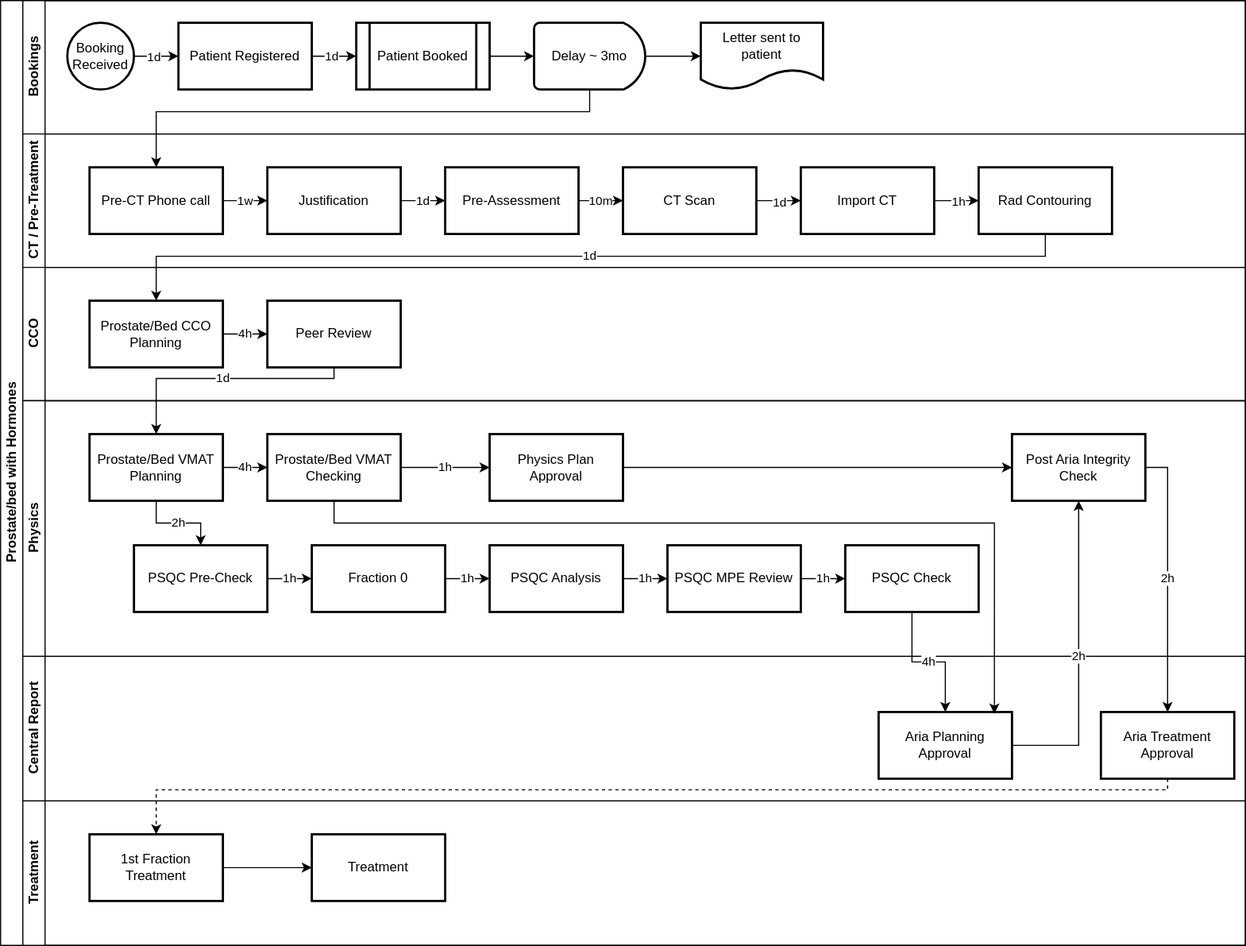
The draw.io diagram Assets/ProstateOnly_Hormone.svg in MCollins87/CarePathReview, before a commit. Source tidied: cells renumbered, new cells last; positions are measured from the earlier drawing's top-left corner, leaving out a move shared by most shapes.
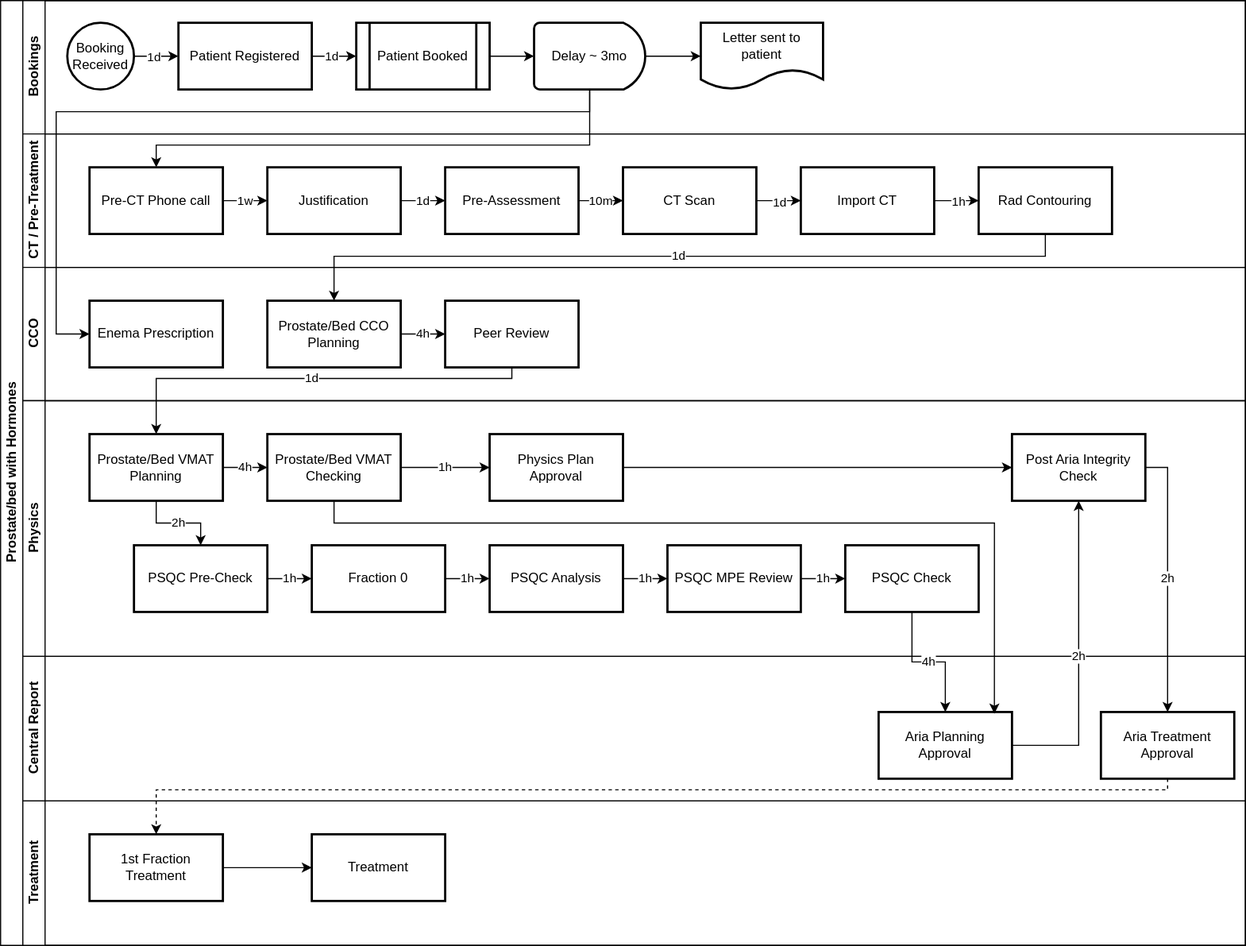
After the commit.

The edit, as a diff of the source:
```diff
@@ -90,11 +90,14 @@
       <mxGeometry relative="1" as="geometry" />
     </mxCell>
     <mxCell id="31" value="Prostate/Bed CCO Planning" style="whiteSpace=wrap;html=1;strokeWidth=2;" parent="29" vertex="1">
-      <mxGeometry x="60" y="30" width="120" height="60" as="geometry" />
+      <mxGeometry x="220" y="30" width="120" height="60" as="geometry" />
     </mxCell>
     <mxCell id="32" value="Peer Review" style="whiteSpace=wrap;html=1;strokeWidth=2;" parent="29" vertex="1">
-      <mxGeometry x="220" y="30" width="120" height="60" as="geometry" />
+      <mxGeometry x="380" y="30" width="120" height="60" as="geometry" />
     </mxCell>
+    <mxCell id="66" value="Enema Prescription" style="whiteSpace=wrap;html=1;strokeWidth=2;" parent="29" vertex="1">
+      <mxGeometry x="60" y="30" width="120" height="60" as="geometry" />
+    </mxCell>
     <mxCell id="33" value="Physics" style="swimlane;html=1;startSize=20;horizontal=0;" parent="2" vertex="1">
       <mxGeometry x="20" y="360" width="1100" height="230" as="geometry" />
     </mxCell>
@@ -173,24 +176,24 @@
     <mxCell id="58" style="edgeStyle=orthogonalEdgeStyle;rounded=0;jettySize=auto;html=1;" parent="2" edge="1" source="12" target="17">
       <mxGeometry relative="1" as="geometry">
         <Array as="points">
-          <mxPoint x="530" y="100" />
-          <mxPoint x="140" y="100" />
+          <mxPoint x="530" y="130" />
+          <mxPoint x="140" y="130" />
         </Array>
       </mxGeometry>
     </mxCell>
-    <mxCell id="59" value="1d" style="edgeStyle=orthogonalEdgeStyle;rounded=0;jettySize=auto;html=1;" parent="2" edge="1" source="26" target="31">
+    <mxCell id="59" value="1d" style="edgeStyle=orthogonalEdgeStyle;rounded=0;jettySize=auto;html=1;entryX=0.5;entryY=0;entryDx=0;entryDy=0;" parent="2" edge="1" source="26" target="31">
       <mxGeometry relative="1" as="geometry">
         <Array as="points">
           <mxPoint x="940" y="230" />
-          <mxPoint x="140" y="230" />
+          <mxPoint x="300" y="230" />
         </Array>
       </mxGeometry>
     </mxCell>
-    <mxCell id="60" value="1d" style="edgeStyle=orthogonalEdgeStyle;rounded=0;jettySize=auto;html=1;" parent="2" edge="1" source="32">
+    <mxCell id="60" value="1d" style="edgeStyle=orthogonalEdgeStyle;rounded=0;jettySize=auto;html=1;exitX=0.5;exitY=1;exitDx=0;exitDy=0;" parent="2" edge="1" source="32">
       <mxGeometry relative="1" as="geometry">
         <mxPoint x="140" y="390" as="targetPoint" />
         <Array as="points">
-          <mxPoint x="300" y="340" />
+          <mxPoint x="460" y="340" />
           <mxPoint x="140" y="340" />
         </Array>
       </mxGeometry>
@@ -224,5 +227,14 @@
     <mxCell id="65" value="4h" style="edgeStyle=orthogonalEdgeStyle;rounded=0;jettySize=auto;html=1;exitX=0.5;exitY=1;exitDx=0;exitDy=0;entryX=0.5;entryY=0;entryDx=0;entryDy=0;" parent="2" edge="1" source="47" target="52">
       <mxGeometry relative="1" as="geometry" />
     </mxCell>
+    <mxCell id="67" style="edgeStyle=orthogonalEdgeStyle;rounded=0;jettySize=auto;html=1;exitX=0.5;exitY=1;exitDx=0;exitDy=0;exitPerimeter=0;entryX=0;entryY=0.5;entryDx=0;entryDy=0;jumpStyle=line;" parent="2" edge="1" source="12" target="66">
+      <mxGeometry relative="1" as="geometry">
+        <Array as="points">
+          <mxPoint x="530" y="100" />
+          <mxPoint x="50" y="100" />
+          <mxPoint x="50" y="300" />
+        </Array>
+      </mxGeometry>
+    </mxCell>
   </root>
 </mxGraphModel>
```
